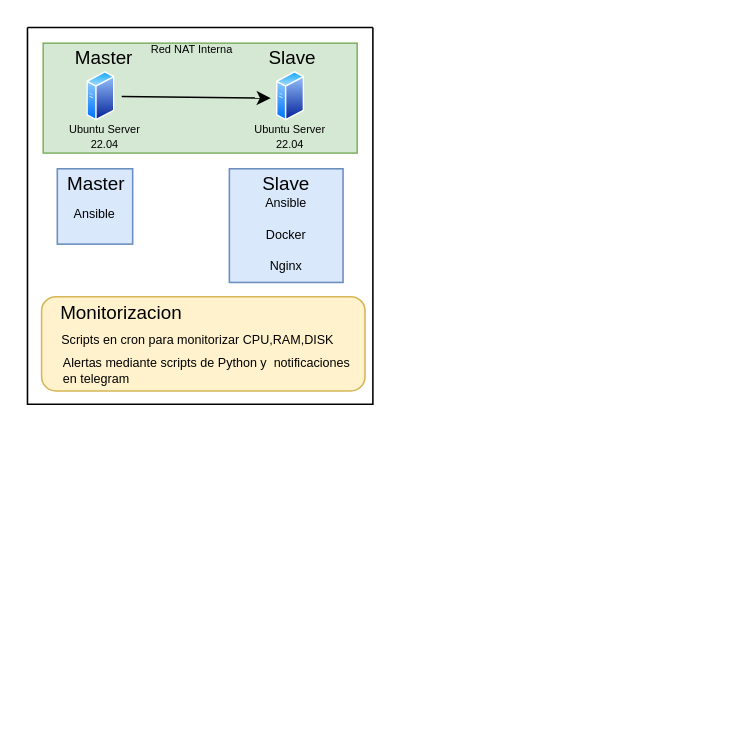
This is img/idea.drawio from anthonyeca/ansible-practica, a draw.io file, before an edit. Source tidied: cells renumbered, new cells numbered last; positions are measured from the earlier drawing's top-left corner, leaving out a move shared by most shapes. Both pictures are drawn from the tidied source at 157%, with x=0, y=0 at pixel (27, 27).
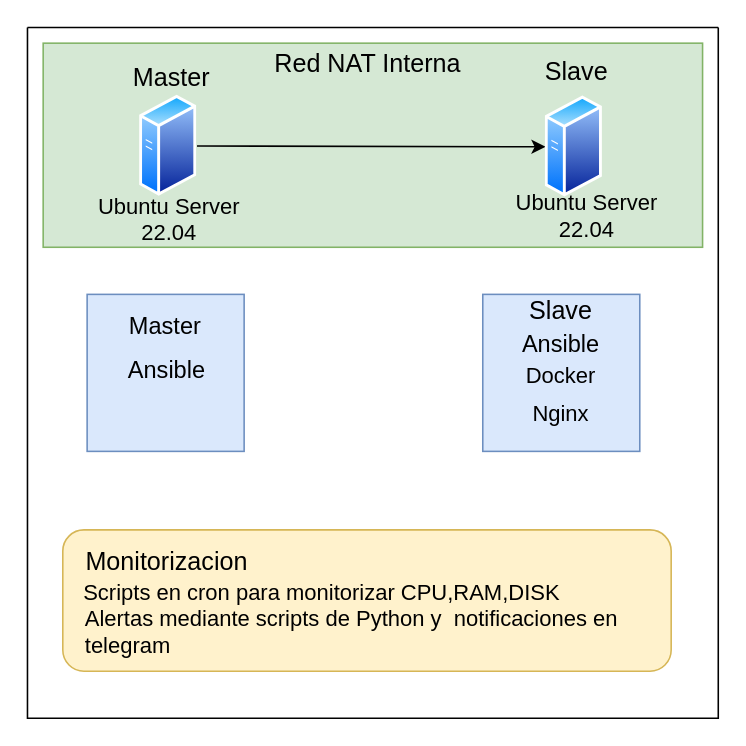
The same page after the edit.

What changed in the source:
```diff
@@
     <mxCell id="2" style="swimlane;startSize=0;align=center;" parent="1" vertex="1">
-      <mxGeometry width="220" height="240" as="geometry" />
+      <mxGeometry width="440" height="440" as="geometry" />
     </mxCell>
+    <mxCell id="24" style="whiteSpace=wrap;html=1;fillColor=#dae8fc;strokeColor=#6c8ebf;" parent="2" vertex="1">
+      <mxGeometry x="290" y="170" width="100" height="100" as="geometry" />
+    </mxCell>
     <mxCell id="3" style="rounded=0;whiteSpace=wrap;html=1;fillColor=#d5e8d4;strokeColor=#82b366;" parent="2" vertex="1">
-      <mxGeometry x="10" y="10" width="200" height="70" as="geometry" />
+      <mxGeometry x="10" y="10" width="420" height="130" as="geometry" />
     </mxCell>
-    <mxCell id="4" style="endArrow=classic;html=1;rounded=0;" parent="2" edge="1">
-      <mxGeometry relative="1" as="geometry">
-        <mxPoint x="60" y="44" as="sourcePoint" />
-        <mxPoint x="155" y="45" as="targetPoint" />
-      </mxGeometry>
+    <mxCell id="4" style="endArrow=classic;html=1;rounded=0;exitX=1;exitY=0.5;exitDx=0;exitDy=0;entryX=0;entryY=0.5;entryDx=0;entryDy=0;" parent="2" edge="1" source="17" target="25">
+      <mxGeometry relative="1" as="geometry" />
     </mxCell>
-    <mxCell id="5" value="Master" style="text;strokeColor=none;align=center;fillColor=none;html=1;verticalAlign=middle;whiteSpace=wrap;rounded=0;" parent="2" vertex="1">
-      <mxGeometry x="29" y="10" width="40" height="20" as="geometry" />
-    </mxCell>
-    <mxCell id="6" value="Slave" style="text;strokeColor=none;align=center;fillColor=none;html=1;verticalAlign=middle;whiteSpace=wrap;rounded=0;" parent="2" vertex="1">
-      <mxGeometry x="149" y="10" width="40" height="20" as="geometry" />
-    </mxCell>
     <mxCell id="7" style="whiteSpace=wrap;html=1;fillColor=#dae8fc;strokeColor=#6c8ebf;" parent="2" vertex="1">
-      <mxGeometry x="19" y="90" width="48" height="48" as="geometry" />
+      <mxGeometry x="38" y="170" width="100" height="100" as="geometry" />
     </mxCell>
-    <mxCell id="8" style="whiteSpace=wrap;html=1;fillColor=#dae8fc;strokeColor=#6c8ebf;" parent="2" vertex="1">
-      <mxGeometry x="128.6" y="90" width="72.4" height="72.4" as="geometry" />
-    </mxCell>
     <mxCell id="9" style="rounded=1;whiteSpace=wrap;html=1;fillColor=#fff2cc;strokeColor=#d6b656;" parent="2" vertex="1">
-      <mxGeometry x="9" y="171.5" width="206" height="60" as="geometry" />
+      <mxGeometry x="22.5" y="320" width="387.5" height="90" as="geometry" />
     </mxCell>
-    <mxCell id="10" value="Monitorizacion" style="text;strokeColor=none;align=center;fillColor=none;html=1;verticalAlign=middle;whiteSpace=wrap;rounded=0;" parent="2" vertex="1">
-      <mxGeometry x="20" y="171.5" width="80" height="20" as="geometry" />
+    <mxCell id="10" value="Monitorizacion" style="text;strokeColor=none;align=center;fillColor=none;html=1;verticalAlign=middle;whiteSpace=wrap;rounded=0;fontSize=16;" parent="2" vertex="1">
+      <mxGeometry x="48.6" y="330" width="80" height="20" as="geometry" />
     </mxCell>
-    <mxCell id="11" value="Scripts en cron para monitorizar CPU,RAM,DISK" style="text;strokeColor=none;align=left;fillColor=none;html=1;verticalAlign=middle;whiteSpace=wrap;rounded=0;fontSize=8;" parent="2" vertex="1">
-      <mxGeometry x="20" y="188.5" width="190" height="20" as="geometry" />
+    <mxCell id="11" value="Scripts en cron para monitorizar CPU,RAM,DISK" style="text;strokeColor=none;align=left;fillColor=none;html=1;verticalAlign=middle;whiteSpace=wrap;rounded=0;fontSize=14;" parent="2" vertex="1">
+      <mxGeometry x="33.5" y="350" width="356.5" height="20" as="geometry" />
     </mxCell>
-    <mxCell id="12" value="Red NAT Interna" style="text;strokeColor=none;align=center;fillColor=none;html=1;verticalAlign=middle;whiteSpace=wrap;rounded=0;fontSize=7;fontStyle=0;" parent="2" vertex="1">
-      <mxGeometry x="70" y="10" width="70" height="10" as="geometry" />
-    </mxCell>
-    <mxCell id="13" value="Ubuntu Server 22.04" style="text;strokeColor=none;align=center;fillColor=none;html=1;verticalAlign=middle;whiteSpace=wrap;rounded=0;fontSize=7;" parent="2" vertex="1">
-      <mxGeometry x="22.5" y="60" width="53" height="20" as="geometry" />
-    </mxCell>
-    <mxCell id="14" value="Docker" style="text;strokeColor=none;align=center;fillColor=none;html=1;verticalAlign=middle;whiteSpace=wrap;rounded=0;fontSize=8;" parent="2" vertex="1">
-      <mxGeometry x="144.8" y="122.2" width="40" height="20" as="geometry" />
+    <mxCell id="14" value="Docker" style="text;strokeColor=none;align=center;fillColor=none;html=1;verticalAlign=middle;whiteSpace=wrap;rounded=0;fontSize=14;" parent="2" vertex="1">
+      <mxGeometry x="320" y="212.4" width="40" height="20" as="geometry" />
     </mxCell>
-    <mxCell id="15" value="Nginx" style="text;strokeColor=none;align=center;fillColor=none;html=1;verticalAlign=middle;whiteSpace=wrap;rounded=0;fontSize=8;" parent="2" vertex="1">
-      <mxGeometry x="144.8" y="142.2" width="40" height="20" as="geometry" />
+    <mxCell id="15" value="Nginx" style="text;strokeColor=none;align=center;fillColor=none;html=1;verticalAlign=middle;whiteSpace=wrap;rounded=0;fontSize=14;" parent="2" vertex="1">
+      <mxGeometry x="320" y="236.4" width="40" height="20" as="geometry" />
     </mxCell>
-    <mxCell id="16" style="image;perimeter=ellipsePerimeter;html=1;align=center;shadow=0;dashed=0;spacingTop=3;image=img/lib/active_directory/generic_server.svg;" parent="2" vertex="1">
-      <mxGeometry x="158.8" y="28" width="17.9" height="32" as="geometry" />
-    </mxCell>
-    <mxCell id="17" style="image;perimeter=ellipsePerimeter;html=1;align=center;shadow=0;dashed=0;spacingTop=3;image=img/lib/active_directory/generic_server.svg;" parent="2" vertex="1">
-      <mxGeometry x="38" y="28" width="17.9" height="32" as="geometry" />
+    <mxCell id="17" style="image;perimeter=ellipsePerimeter;html=1;align=center;shadow=0;dashed=0;spacingTop=3;image=img/lib/active_directory/generic_server.svg;fontSize=13;" parent="2" vertex="1">
+      <mxGeometry x="71.6" y="43" width="36.4" height="65" as="geometry" />
     </mxCell>
-    <mxCell id="18" value="Ansible" style="text;strokeColor=none;align=center;fillColor=none;html=1;verticalAlign=middle;whiteSpace=wrap;rounded=0;fontSize=8;" parent="2" vertex="1">
-      <mxGeometry x="144.8" y="102.2" width="40" height="20" as="geometry" />
+    <mxCell id="18" value="Ansible" style="text;strokeColor=none;align=center;fillColor=none;html=1;verticalAlign=middle;whiteSpace=wrap;rounded=0;fontSize=15;" parent="2" vertex="1">
+      <mxGeometry x="320" y="191" width="40" height="20" as="geometry" />
     </mxCell>
-    <mxCell id="19" value="Alertas mediante scripts de Python y&amp;nbsp; notificaciones en telegram" style="text;strokeColor=none;align=left;fillColor=none;html=1;verticalAlign=middle;whiteSpace=wrap;rounded=0;fontSize=8;" parent="2" vertex="1">
-      <mxGeometry x="21" y="208.5" width="190" height="20" as="geometry" />
+    <mxCell id="19" value="Alertas mediante scripts de Python y&amp;nbsp; notificaciones en telegram" style="text;strokeColor=none;align=left;fillColor=none;html=1;verticalAlign=middle;whiteSpace=wrap;rounded=0;fontSize=14;" parent="2" vertex="1">
+      <mxGeometry x="34.5" y="375" width="355.5" height="20" as="geometry" />
     </mxCell>
-    <mxCell id="20" value="Slave" style="text;strokeColor=none;align=center;fillColor=none;html=1;verticalAlign=middle;whiteSpace=wrap;rounded=0;" parent="2" vertex="1">
-      <mxGeometry x="144.8" y="90" width="40" height="20" as="geometry" />
+    <mxCell id="20" value="Slave" style="text;strokeColor=none;align=center;fillColor=none;html=1;verticalAlign=middle;whiteSpace=wrap;rounded=0;fontSize=16;" parent="2" vertex="1">
+      <mxGeometry x="320" y="170" width="40" height="20" as="geometry" />
     </mxCell>
-    <mxCell id="21" value="Master" style="text;strokeColor=none;align=center;fillColor=none;html=1;verticalAlign=middle;whiteSpace=wrap;rounded=0;" parent="2" vertex="1">
-      <mxGeometry x="23.8" y="90" width="40" height="20" as="geometry" />
+    <mxCell id="21" value="Master" style="text;strokeColor=none;align=center;fillColor=none;html=1;verticalAlign=middle;whiteSpace=wrap;rounded=0;fontSize=15;" parent="2" vertex="1">
+      <mxGeometry x="68" y="180" width="40" height="20" as="geometry" />
     </mxCell>
+    <mxCell id="23" value="Ansible" style="text;strokeColor=none;align=center;fillColor=none;html=1;verticalAlign=middle;whiteSpace=wrap;rounded=0;fontSize=15;" parent="2" vertex="1">
+      <mxGeometry x="69" y="208.4" width="40" height="20" as="geometry" />
+    </mxCell>
+    <mxCell id="25" style="image;perimeter=ellipsePerimeter;html=1;align=center;shadow=0;dashed=0;spacingTop=3;image=img/lib/active_directory/generic_server.svg;fontSize=13;" parent="2" vertex="1">
+      <mxGeometry x="330" y="43.5" width="36.4" height="65" as="geometry" />
+    </mxCell>
-    <mxCell id="22" value="Ubuntu Server 22.04" style="text;strokeColor=none;align=center;fillColor=none;html=1;verticalAlign=middle;whiteSpace=wrap;rounded=0;fontSize=7;" parent="2" vertex="1">
-      <mxGeometry x="141.2" y="60" width="53" height="20" as="geometry" />
+    <mxCell id="22" value="Ubuntu Server 22.04" style="text;strokeColor=none;align=center;fillColor=none;html=1;verticalAlign=middle;whiteSpace=wrap;rounded=0;fontSize=14;" parent="2" vertex="1">
+      <mxGeometry x="310" y="110" width="93" height="20" as="geometry" />
     </mxCell>
-    <mxCell id="23" value="Ansible" style="text;strokeColor=none;align=center;fillColor=none;html=1;verticalAlign=middle;whiteSpace=wrap;rounded=0;fontSize=8;" parent="2" vertex="1">
-      <mxGeometry x="22.8" y="109" width="40" height="20" as="geometry" />
-    </mxCell>
+    <mxCell id="6" value="Slave" style="text;strokeColor=none;align=center;fillColor=none;html=1;verticalAlign=middle;whiteSpace=wrap;rounded=0;fontSize=16;" parent="2" vertex="1">
+      <mxGeometry x="330" y="18" width="40" height="20" as="geometry" />
+    </mxCell>
+    <mxCell id="13" value="Ubuntu Server 22.04" style="text;strokeColor=none;align=center;fillColor=none;html=1;verticalAlign=middle;whiteSpace=wrap;rounded=0;fontSize=14;" parent="2" vertex="1">
+      <mxGeometry x="44" y="112" width="93" height="20" as="geometry" />
+    </mxCell>
+    <mxCell id="5" value="Master" style="text;strokeColor=none;align=center;fillColor=none;html=1;verticalAlign=middle;whiteSpace=wrap;rounded=0;fontSize=16;" parent="1" vertex="1">
+      <mxGeometry x="71.6" y="21.5" width="40" height="20" as="geometry" />
+    </mxCell>
+    <mxCell id="12" value="Red NAT Interna" style="text;strokeColor=none;align=center;fillColor=none;html=1;verticalAlign=middle;whiteSpace=wrap;rounded=0;fontSize=16;fontStyle=0;" parent="1" vertex="1">
+      <mxGeometry x="149" y="18" width="136" height="10" as="geometry" />
+    </mxCell>
```
